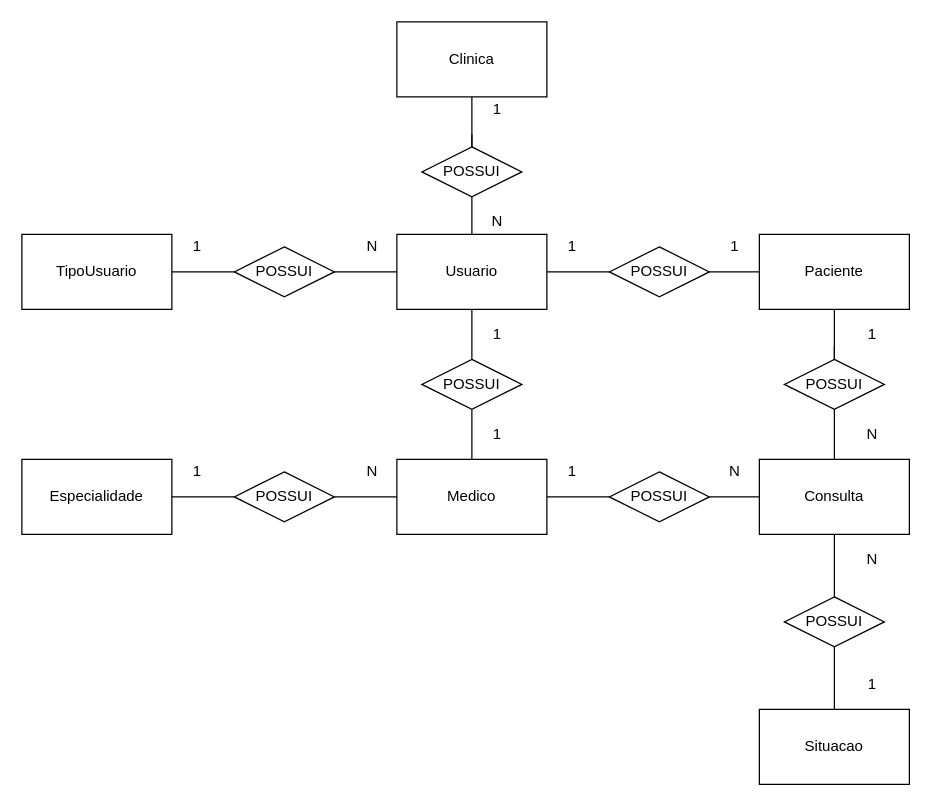
Before: page "Conceitual" (1 of 2) of Modelagem/modelagem-spmedicalgroup.drawio in flavio-pires/senai_spmedgroup_sprint1_bd_manha_flavio_pires, a draw.io diagram. Source tidied: cells renumbered, new cells numbered last; positions are measured from the earlier drawing's top-left corner, leaving out a move shared by most shapes. Both pictures are drawn from the tidied source at 125%, with x=0, y=0 at pixel (21, 21).
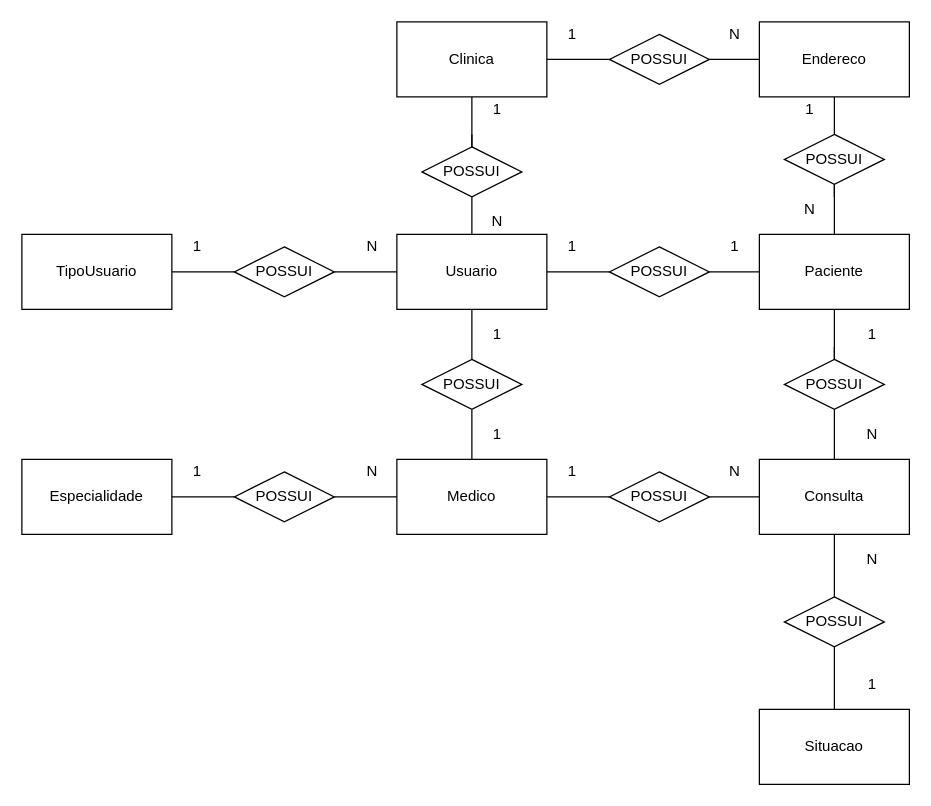
Above is the later version.

Unchanged cells that the change refers to:
```xml
<mxCell id="5" value="Paciente" style="rounded=0;whiteSpace=wrap;html=1;" parent="1" vertex="1">
  <mxGeometry x="590" y="170" width="120" height="60" as="geometry" />
</mxCell>
<mxCell id="21" value="Clinica" style="rounded=0;whiteSpace=wrap;html=1;" parent="1" vertex="1">
  <mxGeometry x="300" width="120" height="60" as="geometry" />
</mxCell>
```

Diff of the diagram source:
```diff
@@
+    <mxCell id="50" style="edgeStyle=orthogonalEdgeStyle;rounded=0;jettySize=auto;html=1;endArrow=none;endFill=0;" parent="1" edge="1" source="21" target="56">
+      <mxGeometry relative="1" as="geometry" />
+    </mxCell>
@@
+    <mxCell id="51" style="edgeStyle=orthogonalEdgeStyle;rounded=0;jettySize=auto;html=1;endArrow=none;endFill=0;" parent="1" edge="1" source="53" target="56">
+      <mxGeometry relative="1" as="geometry" />
+    </mxCell>
+    <mxCell id="52" style="edgeStyle=orthogonalEdgeStyle;rounded=0;jettySize=auto;html=1;endArrow=none;endFill=0;" parent="1" edge="1" source="53">
+      <mxGeometry relative="1" as="geometry">
+        <mxPoint x="650" y="140" as="targetPoint" />
+      </mxGeometry>
+    </mxCell>
+    <mxCell id="53" value="Endereco" style="rounded=0;whiteSpace=wrap;html=1;" parent="1" vertex="1">
+      <mxGeometry x="590" width="120" height="60" as="geometry" />
+    </mxCell>
+    <mxCell id="54" style="edgeStyle=orthogonalEdgeStyle;rounded=0;jettySize=auto;html=1;endArrow=none;endFill=0;" parent="1" edge="1" source="55" target="5">
+      <mxGeometry relative="1" as="geometry" />
+    </mxCell>
+    <mxCell id="55" value="POSSUI" style="rhombus;whiteSpace=wrap;html=1;" parent="1" vertex="1">
+      <mxGeometry x="610" y="90" width="80" height="40" as="geometry" />
+    </mxCell>
+    <mxCell id="56" value="POSSUI" style="rhombus;whiteSpace=wrap;html=1;" parent="1" vertex="1">
+      <mxGeometry x="470" y="10" width="80" height="40" as="geometry" />
+    </mxCell>
+    <mxCell id="57" value="1" style="text;html=1;align=center;verticalAlign=middle;" parent="1" vertex="1">
+      <mxGeometry x="430" width="20" height="20" as="geometry" />
+    </mxCell>
+    <mxCell id="58" value="N" style="text;html=1;align=center;verticalAlign=middle;" parent="1" vertex="1">
+      <mxGeometry x="560" width="20" height="20" as="geometry" />
+    </mxCell>
+    <mxCell id="59" value="1" style="text;html=1;align=center;verticalAlign=middle;" parent="1" vertex="1">
+      <mxGeometry x="620" y="60" width="20" height="20" as="geometry" />
+    </mxCell>
+    <mxCell id="60" value="N" style="text;html=1;align=center;verticalAlign=middle;" parent="1" vertex="1">
+      <mxGeometry x="620" y="140" width="20" height="20" as="geometry" />
+    </mxCell>
```
